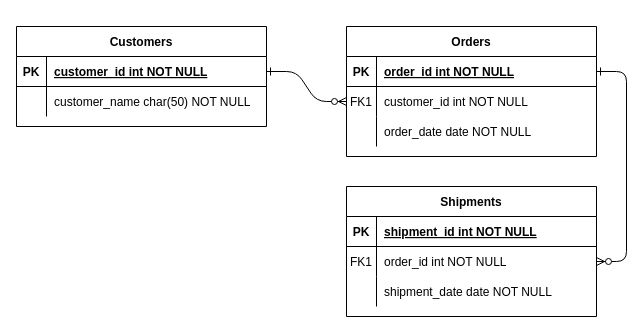
Before: Untitled Diagram.drawio in culciambo/hyperblog, a draw.io diagram. Source tidied: cells renumbered, new cells numbered last; positions are measured from the earlier drawing's top-left corner, leaving out a move shared by most shapes. Both pictures are drawn from the tidied source at 100%, with x=0, y=0 at pixel (16, 26).
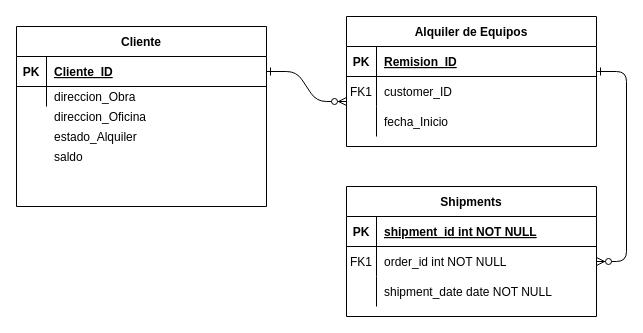
Above is the later version.

The change refers to these unchanged cells:
```xml
<mxCell id="18" style="shape=partialRectangle;fillColor=none;points=[[0,0.5],[1,0.5]];portConstraint=eastwest;top=0;left=0;right=0;bottom=0;" parent="14" vertex="1">
  <mxGeometry y="60" width="250" height="30" as="geometry" />
</mxCell>
<mxCell id="25" style="shape=partialRectangle;fillColor=none;points=[[0,0.5],[1,0.5]];portConstraint=eastwest;top=0;left=0;right=0;bottom=1;" parent="24" vertex="1">
  <mxGeometry y="30" width="250" height="30" as="geometry" />
</mxCell>
```

Change to the diagram source:
```diff
@@
-    <mxCell id="2" style="edgeStyle=entityRelationEdgeStyle;endArrow=ERzeroToMany;startArrow=ERone;endFill=1;startFill=0;" parent="1" edge="1" source="25" target="8">
-      <mxGeometry relative="1" as="geometry" />
+    <mxCell id="2" style="edgeStyle=entityRelationEdgeStyle;endArrow=ERzeroToMany;startArrow=ERone;endFill=1;startFill=0;" parent="1" edge="1" source="25">
+      <mxGeometry relative="1" as="geometry">
+        <mxPoint x="330" y="75" as="targetPoint" />
+      </mxGeometry>
     </mxCell>
-    <mxCell id="3" style="edgeStyle=entityRelationEdgeStyle;endArrow=ERzeroToMany;startArrow=ERone;endFill=1;startFill=0;" parent="1" edge="1" source="5" target="18">
-      <mxGeometry relative="1" as="geometry" />
+    <mxCell id="3" style="edgeStyle=entityRelationEdgeStyle;endArrow=ERzeroToMany;startArrow=ERone;endFill=1;startFill=0;" parent="1" edge="1" target="18">
+      <mxGeometry relative="1" as="geometry">
+        <mxPoint x="580" y="45" as="sourcePoint" />
+      </mxGeometry>
     </mxCell>
-    <mxCell id="4" value="Orders" style="shape=table;startSize=30;childLayout=tableLayout;rowLines=0;fontStyle=1;align=center;" parent="1" vertex="1">
-      <mxGeometry x="330" width="250" height="130" as="geometry" />
-    </mxCell>
-    <mxCell id="5" style="shape=partialRectangle;fillColor=none;points=[[0,0.5],[1,0.5]];portConstraint=eastwest;top=0;left=0;right=0;bottom=1;" parent="4" vertex="1">
-      <mxGeometry y="30" width="250" height="30" as="geometry" />
-    </mxCell>
-    <mxCell id="6" value="PK" style="shape=partialRectangle;overflow=hidden;fillColor=none;top=0;left=0;bottom=0;right=0;fontStyle=1;" parent="5" vertex="1">
-      <mxGeometry width="30" height="30" as="geometry" />
-    </mxCell>
-    <mxCell id="7" value="order_id int NOT NULL " style="shape=partialRectangle;overflow=hidden;fillColor=none;top=0;left=0;bottom=0;right=0;align=left;spacingLeft=6;fontStyle=5;" parent="5" vertex="1">
-      <mxGeometry x="30" width="220" height="30" as="geometry" />
-    </mxCell>
-    <mxCell id="8" style="shape=partialRectangle;fillColor=none;points=[[0,0.5],[1,0.5]];portConstraint=eastwest;top=0;left=0;right=0;bottom=0;" parent="4" vertex="1">
-      <mxGeometry y="60" width="250" height="30" as="geometry" />
-    </mxCell>
-    <mxCell id="9" value="FK1" style="shape=partialRectangle;overflow=hidden;fillColor=none;top=0;left=0;bottom=0;right=0;" parent="8" vertex="1">
-      <mxGeometry width="30" height="30" as="geometry" />
-    </mxCell>
-    <mxCell id="10" value="customer_id int NOT NULL" style="shape=partialRectangle;overflow=hidden;fillColor=none;top=0;left=0;bottom=0;right=0;align=left;spacingLeft=6;" parent="8" vertex="1">
-      <mxGeometry x="30" width="220" height="30" as="geometry" />
-    </mxCell>
-    <mxCell id="11" style="shape=partialRectangle;fillColor=none;top=0;left=0;right=0;bottom=0;" parent="4" vertex="1">
-      <mxGeometry y="90" width="250" height="30" as="geometry" />
-    </mxCell>
-    <mxCell id="12" style="shape=partialRectangle;overflow=hidden;fillColor=none;top=0;left=0;bottom=0;right=0;" parent="11" vertex="1">
-      <mxGeometry width="30" height="30" as="geometry" />
-    </mxCell>
-    <mxCell id="13" value="order_date date NOT NULL" style="shape=partialRectangle;overflow=hidden;fillColor=none;top=0;left=0;bottom=0;right=0;align=left;spacingLeft=6;" parent="11" vertex="1">
-      <mxGeometry x="30" width="220" height="30" as="geometry" />
-    </mxCell>
@@
-    <mxCell id="24" value="Customers" style="shape=table;startSize=30;childLayout=tableLayout;rowLines=0;fontStyle=1;align=center;" parent="1" vertex="1">
-      <mxGeometry width="250" height="100" as="geometry" />
+    <mxCell id="24" value="Cliente" style="shape=table;startSize=30;childLayout=tableLayout;rowLines=0;fontStyle=1;align=center;" parent="1" vertex="1">
+      <mxGeometry width="250" height="180" as="geometry" />
     </mxCell>
@@
-    <mxCell id="27" value="customer_id int NOT NULL " style="shape=partialRectangle;overflow=hidden;fillColor=none;top=0;left=0;bottom=0;right=0;align=left;spacingLeft=6;fontStyle=5;" parent="25" vertex="1">
+    <mxCell id="27" value="Cliente_ID" style="shape=partialRectangle;overflow=hidden;fillColor=none;top=0;left=0;bottom=0;right=0;align=left;spacingLeft=6;fontStyle=5;" parent="25" vertex="1">
       <mxGeometry x="30" width="220" height="30" as="geometry" />
     </mxCell>
     <mxCell id="28" style="shape=partialRectangle;fillColor=none;top=0;left=0;right=0;bottom=0;" parent="24" vertex="1">
-      <mxGeometry y="60" width="250" height="30" as="geometry" />
+      <mxGeometry y="60" width="250" height="20" as="geometry" />
     </mxCell>
     <mxCell id="29" style="shape=partialRectangle;overflow=hidden;fillColor=none;top=0;left=0;bottom=0;right=0;" parent="28" vertex="1">
-      <mxGeometry width="30" height="30" as="geometry" />
+      <mxGeometry width="30" height="20" as="geometry" />
     </mxCell>
-    <mxCell id="30" value="customer_name char(50) NOT NULL" style="shape=partialRectangle;overflow=hidden;fillColor=none;top=0;left=0;bottom=0;right=0;align=left;spacingLeft=6;" parent="28" vertex="1">
-      <mxGeometry x="30" width="220" height="30" as="geometry" />
+    <mxCell id="30" value="direccion_Obra" style="shape=partialRectangle;overflow=hidden;fillColor=none;top=0;left=0;bottom=0;right=0;align=left;spacingLeft=6;" parent="28" vertex="1">
+      <mxGeometry x="30" width="220" height="20" as="geometry" />
     </mxCell>
+    <mxCell id="31" value="Alquiler de Equipos" style="shape=table;startSize=30;childLayout=tableLayout;rowLines=0;fontStyle=1;align=center;" parent="1" vertex="1">
+      <mxGeometry x="330" y="-10" width="250" height="130" as="geometry" />
+    </mxCell>
+    <mxCell id="5" style="shape=partialRectangle;fillColor=none;points=[[0,0.5],[1,0.5]];portConstraint=eastwest;top=0;left=0;right=0;bottom=1;" parent="31" vertex="1">
+      <mxGeometry y="30" width="250" height="30" as="geometry" />
+    </mxCell>
+    <mxCell id="6" value="PK" style="shape=partialRectangle;overflow=hidden;fillColor=none;top=0;left=0;bottom=0;right=0;fontStyle=1;" parent="5" vertex="1">
+      <mxGeometry width="30" height="30" as="geometry" />
+    </mxCell>
+    <mxCell id="32" value="Remision_ID" style="shape=partialRectangle;overflow=hidden;fillColor=none;top=0;left=0;bottom=0;right=0;align=left;spacingLeft=6;fontStyle=5;" parent="5" vertex="1">
+      <mxGeometry x="30" width="220" height="30" as="geometry" />
+    </mxCell>
+    <mxCell id="8" style="shape=partialRectangle;fillColor=none;points=[[0,0.5],[1,0.5]];portConstraint=eastwest;top=0;left=0;right=0;bottom=0;" parent="31" vertex="1">
+      <mxGeometry y="60" width="250" height="30" as="geometry" />
+    </mxCell>
+    <mxCell id="9" value="FK1" style="shape=partialRectangle;overflow=hidden;fillColor=none;top=0;left=0;bottom=0;right=0;" parent="8" vertex="1">
+      <mxGeometry width="30" height="30" as="geometry" />
+    </mxCell>
+    <mxCell id="33" value="customer_ID" style="shape=partialRectangle;overflow=hidden;fillColor=none;top=0;left=0;bottom=0;right=0;align=left;spacingLeft=6;" parent="8" vertex="1">
+      <mxGeometry x="30" width="220" height="30" as="geometry" />
+    </mxCell>
+    <mxCell id="11" style="shape=partialRectangle;fillColor=none;top=0;left=0;right=0;bottom=0;" parent="31" vertex="1">
+      <mxGeometry y="90" width="250" height="30" as="geometry" />
+    </mxCell>
+    <mxCell id="12" style="shape=partialRectangle;overflow=hidden;fillColor=none;top=0;left=0;bottom=0;right=0;" parent="11" vertex="1">
+      <mxGeometry width="30" height="30" as="geometry" />
+    </mxCell>
+    <mxCell id="34" value="fecha_Inicio" style="shape=partialRectangle;overflow=hidden;fillColor=none;top=0;left=0;bottom=0;right=0;align=left;spacingLeft=6;" parent="11" vertex="1">
+      <mxGeometry x="30" width="220" height="30" as="geometry" />
+    </mxCell>
+    <mxCell id="35" value="direccion_Oficina" style="shape=partialRectangle;overflow=hidden;fillColor=none;top=0;left=0;bottom=0;right=0;align=left;spacingLeft=6;" parent="1" vertex="1">
+      <mxGeometry x="30" y="80" width="220" height="20" as="geometry" />
+    </mxCell>
+    <mxCell id="36" value="estado_Alquiler" style="shape=partialRectangle;overflow=hidden;fillColor=none;top=0;left=0;bottom=0;right=0;align=left;spacingLeft=6;" parent="1" vertex="1">
+      <mxGeometry x="30" y="100" width="220" height="20" as="geometry" />
+    </mxCell>
+    <mxCell id="37" value="saldo" style="shape=partialRectangle;overflow=hidden;fillColor=none;top=0;left=0;bottom=0;right=0;align=left;spacingLeft=6;" parent="1" vertex="1">
+      <mxGeometry x="30" y="120" width="220" height="20" as="geometry" />
+    </mxCell>
```
